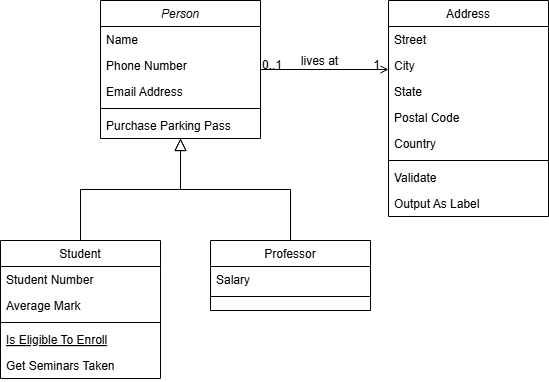
Above: images/diagramas/Diagrama de clases.drawio.png in Santyew/RecordVideoGG (draw.io), before the change. Source tidied: cells renumbered, new cells last; positions are measured from the earlier drawing's top-left corner, leaving out a move shared by most shapes. Its diagram source:
```xml
<mxGraphModel>
  <root>
    <mxCell id="0" />
    <mxCell id="1" parent="0" />
    <mxCell id="2" value="Person" style="swimlane;fontStyle=2;align=center;verticalAlign=top;horizontal=1;startSize=26;rounded=0;shadow=0;strokeWidth=1;" parent="1" vertex="1">
      <mxGeometry x="100" width="160" height="138" as="geometry" />
    </mxCell>
    <mxCell id="3" value="Name" style="text;align=left;verticalAlign=top;spacingLeft=4;spacingRight=4;overflow=hidden;" parent="2" vertex="1">
      <mxGeometry y="26" width="160" height="26" as="geometry" />
    </mxCell>
    <mxCell id="4" value="Phone Number" style="text;align=left;verticalAlign=top;spacingLeft=4;spacingRight=4;overflow=hidden;rounded=0;shadow=0;html=0;" parent="2" vertex="1">
      <mxGeometry y="52" width="160" height="26" as="geometry" />
    </mxCell>
    <mxCell id="5" value="Email Address" style="text;align=left;verticalAlign=top;spacingLeft=4;spacingRight=4;overflow=hidden;rounded=0;shadow=0;html=0;" parent="2" vertex="1">
      <mxGeometry y="78" width="160" height="26" as="geometry" />
    </mxCell>
    <mxCell id="6" style="line;html=1;strokeWidth=1;align=left;verticalAlign=middle;spacingTop=-1;spacingLeft=3;spacingRight=3;labelPosition=right;" parent="2" vertex="1">
      <mxGeometry y="104" width="160" height="8" as="geometry" />
    </mxCell>
    <mxCell id="7" value="Purchase Parking Pass" style="text;align=left;verticalAlign=top;spacingLeft=4;spacingRight=4;overflow=hidden;" parent="2" vertex="1">
      <mxGeometry y="112" width="160" height="26" as="geometry" />
    </mxCell>
    <mxCell id="8" value="Student" style="swimlane;fontStyle=0;align=center;verticalAlign=top;horizontal=1;startSize=26;rounded=0;shadow=0;strokeWidth=1;" parent="1" vertex="1">
      <mxGeometry y="240" width="160" height="138" as="geometry" />
    </mxCell>
    <mxCell id="9" value="Student Number" style="text;align=left;verticalAlign=top;spacingLeft=4;spacingRight=4;overflow=hidden;" parent="8" vertex="1">
      <mxGeometry y="26" width="160" height="26" as="geometry" />
    </mxCell>
    <mxCell id="10" value="Average Mark" style="text;align=left;verticalAlign=top;spacingLeft=4;spacingRight=4;overflow=hidden;rounded=0;shadow=0;html=0;" parent="8" vertex="1">
      <mxGeometry y="52" width="160" height="26" as="geometry" />
    </mxCell>
    <mxCell id="11" style="line;html=1;strokeWidth=1;align=left;verticalAlign=middle;spacingTop=-1;spacingLeft=3;spacingRight=3;labelPosition=right;" parent="8" vertex="1">
      <mxGeometry y="78" width="160" height="8" as="geometry" />
    </mxCell>
    <mxCell id="12" value="Is Eligible To Enroll" style="text;align=left;verticalAlign=top;spacingLeft=4;spacingRight=4;overflow=hidden;fontStyle=4;" parent="8" vertex="1">
      <mxGeometry y="86" width="160" height="26" as="geometry" />
    </mxCell>
    <mxCell id="13" value="Get Seminars Taken" style="text;align=left;verticalAlign=top;spacingLeft=4;spacingRight=4;overflow=hidden;" parent="8" vertex="1">
      <mxGeometry y="112" width="160" height="26" as="geometry" />
    </mxCell>
    <mxCell id="14" style="endArrow=block;endSize=10;endFill=0;shadow=0;strokeWidth=1;rounded=0;curved=0;edgeStyle=elbowEdgeStyle;elbow=vertical;" parent="1" edge="1" source="8" target="2">
      <mxGeometry relative="1" as="geometry" />
    </mxCell>
    <mxCell id="15" value="Professor" style="swimlane;fontStyle=0;align=center;verticalAlign=top;horizontal=1;startSize=26;rounded=0;shadow=0;strokeWidth=1;" parent="1" vertex="1">
      <mxGeometry x="210" y="240" width="160" height="70" as="geometry" />
    </mxCell>
    <mxCell id="16" value="Salary" style="text;align=left;verticalAlign=top;spacingLeft=4;spacingRight=4;overflow=hidden;points=[[0,0.5],[1,0.5]];portConstraint=eastwest;" parent="15" vertex="1">
      <mxGeometry y="26" width="160" height="26" as="geometry" />
    </mxCell>
    <mxCell id="17" style="line;html=1;strokeWidth=1;align=left;verticalAlign=middle;spacingTop=-1;spacingLeft=3;spacingRight=3;labelPosition=right;" parent="15" vertex="1">
      <mxGeometry y="52" width="160" height="8" as="geometry" />
    </mxCell>
    <mxCell id="18" style="endArrow=block;endSize=10;endFill=0;shadow=0;strokeWidth=1;rounded=0;curved=0;edgeStyle=elbowEdgeStyle;elbow=vertical;" parent="1" edge="1" source="15" target="2">
      <mxGeometry relative="1" as="geometry" />
    </mxCell>
    <mxCell id="19" value="Address" style="swimlane;fontStyle=0;align=center;verticalAlign=top;horizontal=1;startSize=26;rounded=0;shadow=0;strokeWidth=1;" parent="1" vertex="1">
      <mxGeometry x="388" width="160" height="216" as="geometry" />
    </mxCell>
    <mxCell id="20" value="Street" style="text;align=left;verticalAlign=top;spacingLeft=4;spacingRight=4;overflow=hidden;" parent="19" vertex="1">
      <mxGeometry y="26" width="160" height="26" as="geometry" />
    </mxCell>
    <mxCell id="21" value="City" style="text;align=left;verticalAlign=top;spacingLeft=4;spacingRight=4;overflow=hidden;rounded=0;shadow=0;html=0;" parent="19" vertex="1">
      <mxGeometry y="52" width="160" height="26" as="geometry" />
    </mxCell>
    <mxCell id="22" value="State" style="text;align=left;verticalAlign=top;spacingLeft=4;spacingRight=4;overflow=hidden;rounded=0;shadow=0;html=0;" parent="19" vertex="1">
      <mxGeometry y="78" width="160" height="26" as="geometry" />
    </mxCell>
    <mxCell id="23" value="Postal Code" style="text;align=left;verticalAlign=top;spacingLeft=4;spacingRight=4;overflow=hidden;rounded=0;shadow=0;html=0;" parent="19" vertex="1">
      <mxGeometry y="104" width="160" height="26" as="geometry" />
    </mxCell>
    <mxCell id="24" value="Country" style="text;align=left;verticalAlign=top;spacingLeft=4;spacingRight=4;overflow=hidden;rounded=0;shadow=0;html=0;" parent="19" vertex="1">
      <mxGeometry y="130" width="160" height="26" as="geometry" />
    </mxCell>
    <mxCell id="25" style="line;html=1;strokeWidth=1;align=left;verticalAlign=middle;spacingTop=-1;spacingLeft=3;spacingRight=3;labelPosition=right;" parent="19" vertex="1">
      <mxGeometry y="156" width="160" height="8" as="geometry" />
    </mxCell>
    <mxCell id="26" value="Validate" style="text;align=left;verticalAlign=top;spacingLeft=4;spacingRight=4;overflow=hidden;" parent="19" vertex="1">
      <mxGeometry y="164" width="160" height="26" as="geometry" />
    </mxCell>
    <mxCell id="27" value="Output As Label" style="text;align=left;verticalAlign=top;spacingLeft=4;spacingRight=4;overflow=hidden;" parent="19" vertex="1">
      <mxGeometry y="190" width="160" height="26" as="geometry" />
    </mxCell>
    <mxCell id="28" style="endArrow=open;shadow=0;strokeWidth=1;rounded=0;curved=0;endFill=1;edgeStyle=elbowEdgeStyle;elbow=vertical;" parent="1" edge="1" source="2" target="19">
      <mxGeometry x="0.5" y="41" relative="1" as="geometry">
        <mxPoint x="-40" y="32" as="offset" />
      </mxGeometry>
    </mxCell>
    <mxCell id="29" value="0..1" style="align=left;verticalAlign=bottom;labelBackgroundColor=none;fontSize=12;" parent="28" vertex="1">
      <mxGeometry x="-1" relative="1" as="geometry">
        <mxPoint y="4" as="offset" />
      </mxGeometry>
    </mxCell>
    <mxCell id="30" value="1" style="align=right;verticalAlign=bottom;labelBackgroundColor=none;fontSize=12;" parent="28" vertex="1">
      <mxGeometry x="1" relative="1" as="geometry">
        <mxPoint x="-7" y="4" as="offset" />
      </mxGeometry>
    </mxCell>
    <mxCell id="31" value="lives at" style="text;html=1;align=center;verticalAlign=middle;labelBackgroundColor=none;rounded=0;shadow=0;strokeWidth=1;fontSize=12;" parent="28" vertex="1">
      <mxGeometry x="0.5" y="49" relative="1" as="geometry">
        <mxPoint x="-38" y="40" as="offset" />
      </mxGeometry>
    </mxCell>
  </root>
</mxGraphModel>
```
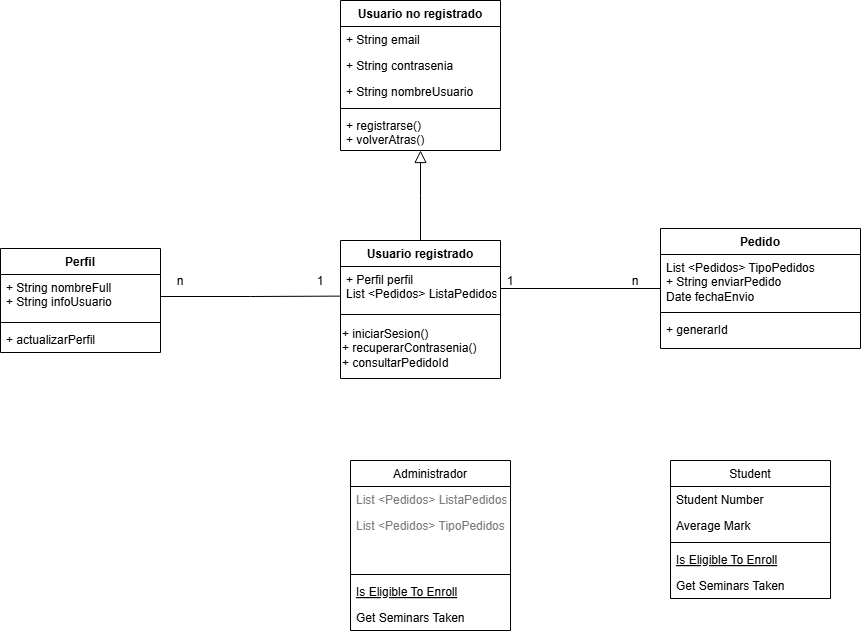
After the commit.

Diff of the diagram source:
```diff
@@ -2,103 +2,116 @@
   <root>
     <mxCell id="0" />
     <mxCell id="1" parent="0" />
-    <mxCell id="2" value="Person" style="swimlane;fontStyle=2;align=center;verticalAlign=top;horizontal=1;startSize=26;rounded=0;shadow=0;strokeWidth=1;" parent="1" vertex="1">
-      <mxGeometry x="100" width="160" height="138" as="geometry" />
+    <mxCell id="2" value="Usuario no registrado" style="swimlane;fontStyle=1;align=center;verticalAlign=top;horizontal=1;startSize=26;rounded=0;shadow=0;strokeWidth=1;" parent="1" vertex="1">
+      <mxGeometry x="110" y="-130" width="160" height="150" as="geometry" />
     </mxCell>
-    <mxCell id="3" value="Name" style="text;align=left;verticalAlign=top;spacingLeft=4;spacingRight=4;overflow=hidden;" parent="2" vertex="1">
+    <mxCell id="3" value="+ String email" style="text;align=left;verticalAlign=top;spacingLeft=4;spacingRight=4;overflow=hidden;" parent="2" vertex="1">
       <mxGeometry y="26" width="160" height="26" as="geometry" />
     </mxCell>
-    <mxCell id="4" value="Phone Number" style="text;align=left;verticalAlign=top;spacingLeft=4;spacingRight=4;overflow=hidden;rounded=0;shadow=0;html=0;" parent="2" vertex="1">
+    <mxCell id="4" value="+ String contrasenia" style="text;align=left;verticalAlign=top;spacingLeft=4;spacingRight=4;overflow=hidden;rounded=0;shadow=0;html=0;" parent="2" vertex="1">
       <mxGeometry y="52" width="160" height="26" as="geometry" />
     </mxCell>
-    <mxCell id="5" value="Email Address" style="text;align=left;verticalAlign=top;spacingLeft=4;spacingRight=4;overflow=hidden;rounded=0;shadow=0;html=0;" parent="2" vertex="1">
+    <mxCell id="5" value="+ String nombreUsuario" style="text;align=left;verticalAlign=top;spacingLeft=4;spacingRight=4;overflow=hidden;rounded=0;shadow=0;html=0;" parent="2" vertex="1">
       <mxGeometry y="78" width="160" height="26" as="geometry" />
     </mxCell>
     <mxCell id="6" style="line;html=1;strokeWidth=1;align=left;verticalAlign=middle;spacingTop=-1;spacingLeft=3;spacingRight=3;labelPosition=right;" parent="2" vertex="1">
       <mxGeometry y="104" width="160" height="8" as="geometry" />
     </mxCell>
-    <mxCell id="7" value="Purchase Parking Pass" style="text;align=left;verticalAlign=top;spacingLeft=4;spacingRight=4;overflow=hidden;" parent="2" vertex="1">
-      <mxGeometry y="112" width="160" height="26" as="geometry" />
+    <mxCell id="7" value="+ registrarse()&#10;+ volverAtras()&#10;" style="text;align=left;verticalAlign=top;spacingLeft=4;spacingRight=4;overflow=hidden;" parent="2" vertex="1">
+      <mxGeometry y="112" width="160" height="28" as="geometry" />
     </mxCell>
-    <mxCell id="8" value="Student" style="swimlane;fontStyle=0;align=center;verticalAlign=top;horizontal=1;startSize=26;rounded=0;shadow=0;strokeWidth=1;" parent="1" vertex="1">
-      <mxGeometry y="240" width="160" height="138" as="geometry" />
+    <mxCell id="8" value="Administrador" style="swimlane;fontStyle=0;align=center;verticalAlign=top;horizontal=1;startSize=26;rounded=0;shadow=0;strokeWidth=1;" parent="1" vertex="1">
+      <mxGeometry x="120" y="330" width="160" height="170" as="geometry" />
     </mxCell>
-    <mxCell id="9" value="Student Number" style="text;align=left;verticalAlign=top;spacingLeft=4;spacingRight=4;overflow=hidden;" parent="8" vertex="1">
+    <mxCell id="9" value="List &lt;Pedidos&gt; ListaPedidos" style="text;align=left;verticalAlign=top;spacingLeft=4;spacingRight=4;overflow=hidden;fontColor=#7B7B7B;" parent="8" vertex="1">
       <mxGeometry y="26" width="160" height="26" as="geometry" />
     </mxCell>
-    <mxCell id="10" value="Average Mark" style="text;align=left;verticalAlign=top;spacingLeft=4;spacingRight=4;overflow=hidden;rounded=0;shadow=0;html=0;" parent="8" vertex="1">
-      <mxGeometry y="52" width="160" height="26" as="geometry" />
+    <mxCell id="10" value="List &lt;Pedidos&gt; TipoPedidos&#10;" style="text;align=left;verticalAlign=top;spacingLeft=4;spacingRight=4;overflow=hidden;rounded=0;shadow=0;html=0;fontColor=#7B7B7B;" parent="8" vertex="1">
+      <mxGeometry y="52" width="160" height="58" as="geometry" />
     </mxCell>
     <mxCell id="11" style="line;html=1;strokeWidth=1;align=left;verticalAlign=middle;spacingTop=-1;spacingLeft=3;spacingRight=3;labelPosition=right;" parent="8" vertex="1">
-      <mxGeometry y="78" width="160" height="8" as="geometry" />
+      <mxGeometry y="110" width="160" height="8" as="geometry" />
     </mxCell>
     <mxCell id="12" value="Is Eligible To Enroll" style="text;align=left;verticalAlign=top;spacingLeft=4;spacingRight=4;overflow=hidden;fontStyle=4;" parent="8" vertex="1">
-      <mxGeometry y="86" width="160" height="26" as="geometry" />
+      <mxGeometry y="118" width="160" height="26" as="geometry" />
     </mxCell>
     <mxCell id="13" value="Get Seminars Taken" style="text;align=left;verticalAlign=top;spacingLeft=4;spacingRight=4;overflow=hidden;" parent="8" vertex="1">
-      <mxGeometry y="112" width="160" height="26" as="geometry" />
+      <mxGeometry y="144" width="160" height="26" as="geometry" />
     </mxCell>
-    <mxCell id="14" style="endArrow=block;endSize=10;endFill=0;shadow=0;strokeWidth=1;rounded=0;curved=0;edgeStyle=elbowEdgeStyle;elbow=vertical;" parent="1" edge="1" source="8" target="2">
-      <mxGeometry relative="1" as="geometry" />
-    </mxCell>
-    <mxCell id="15" value="Professor" style="swimlane;fontStyle=0;align=center;verticalAlign=top;horizontal=1;startSize=26;rounded=0;shadow=0;strokeWidth=1;" parent="1" vertex="1">
-      <mxGeometry x="210" y="240" width="160" height="70" as="geometry" />
+    <mxCell id="15" value="Usuario registrado" style="swimlane;fontStyle=1;align=center;verticalAlign=top;horizontal=1;startSize=26;rounded=0;shadow=0;strokeWidth=1;" parent="1" vertex="1">
+      <mxGeometry x="110" y="110" width="160" height="138" as="geometry" />
     </mxCell>
-    <mxCell id="16" value="Salary" style="text;align=left;verticalAlign=top;spacingLeft=4;spacingRight=4;overflow=hidden;points=[[0,0.5],[1,0.5]];portConstraint=eastwest;" parent="15" vertex="1">
-      <mxGeometry y="26" width="160" height="26" as="geometry" />
+    <mxCell id="16" value="+ Perfil perfil&#10;List &lt;Pedidos&gt; ListaPedidos" style="text;align=left;verticalAlign=top;spacingLeft=4;spacingRight=4;overflow=hidden;points=[[0,0.5],[1,0.5]];portConstraint=eastwest;" parent="15" vertex="1">
+      <mxGeometry y="26" width="160" height="44" as="geometry" />
     </mxCell>
     <mxCell id="17" style="line;html=1;strokeWidth=1;align=left;verticalAlign=middle;spacingTop=-1;spacingLeft=3;spacingRight=3;labelPosition=right;" parent="15" vertex="1">
-      <mxGeometry y="52" width="160" height="8" as="geometry" />
+      <mxGeometry y="70" width="160" height="8" as="geometry" />
     </mxCell>
+    <mxCell id="32" value="+ iniciarSesion()&lt;div&gt;+ recuperarContrasenia()&lt;/div&gt;&lt;div&gt;+ consultarPedidoId&lt;/div&gt;" style="text;html=1;align=left;verticalAlign=middle;strokeColor=none;fillColor=none;" parent="15" vertex="1">
+      <mxGeometry y="78" width="160" height="60" as="geometry" />
+    </mxCell>
     <mxCell id="18" style="endArrow=block;endSize=10;endFill=0;shadow=0;strokeWidth=1;rounded=0;curved=0;edgeStyle=elbowEdgeStyle;elbow=vertical;" parent="1" edge="1" source="15" target="2">
       <mxGeometry relative="1" as="geometry" />
     </mxCell>
-    <mxCell id="19" value="Address" style="swimlane;fontStyle=0;align=center;verticalAlign=top;horizontal=1;startSize=26;rounded=0;shadow=0;strokeWidth=1;" parent="1" vertex="1">
-      <mxGeometry x="388" width="160" height="216" as="geometry" />
-    </mxCell>
-    <mxCell id="20" value="Street" style="text;align=left;verticalAlign=top;spacingLeft=4;spacingRight=4;overflow=hidden;" parent="19" vertex="1">
-      <mxGeometry y="26" width="160" height="26" as="geometry" />
-    </mxCell>
-    <mxCell id="21" value="City" style="text;align=left;verticalAlign=top;spacingLeft=4;spacingRight=4;overflow=hidden;rounded=0;shadow=0;html=0;" parent="19" vertex="1">
-      <mxGeometry y="52" width="160" height="26" as="geometry" />
-    </mxCell>
-    <mxCell id="22" value="State" style="text;align=left;verticalAlign=top;spacingLeft=4;spacingRight=4;overflow=hidden;rounded=0;shadow=0;html=0;" parent="19" vertex="1">
-      <mxGeometry y="78" width="160" height="26" as="geometry" />
-    </mxCell>
-    <mxCell id="23" value="Postal Code" style="text;align=left;verticalAlign=top;spacingLeft=4;spacingRight=4;overflow=hidden;rounded=0;shadow=0;html=0;" parent="19" vertex="1">
-      <mxGeometry y="104" width="160" height="26" as="geometry" />
-    </mxCell>
-    <mxCell id="24" value="Country" style="text;align=left;verticalAlign=top;spacingLeft=4;spacingRight=4;overflow=hidden;rounded=0;shadow=0;html=0;" parent="19" vertex="1">
-      <mxGeometry y="130" width="160" height="26" as="geometry" />
-    </mxCell>
-    <mxCell id="25" style="line;html=1;strokeWidth=1;align=left;verticalAlign=middle;spacingTop=-1;spacingLeft=3;spacingRight=3;labelPosition=right;" parent="19" vertex="1">
-      <mxGeometry y="156" width="160" height="8" as="geometry" />
-    </mxCell>
-    <mxCell id="26" value="Validate" style="text;align=left;verticalAlign=top;spacingLeft=4;spacingRight=4;overflow=hidden;" parent="19" vertex="1">
-      <mxGeometry y="164" width="160" height="26" as="geometry" />
-    </mxCell>
-    <mxCell id="27" value="Output As Label" style="text;align=left;verticalAlign=top;spacingLeft=4;spacingRight=4;overflow=hidden;" parent="19" vertex="1">
-      <mxGeometry y="190" width="160" height="26" as="geometry" />
-    </mxCell>
-    <mxCell id="28" style="endArrow=open;shadow=0;strokeWidth=1;rounded=0;curved=0;endFill=1;edgeStyle=elbowEdgeStyle;elbow=vertical;" parent="1" edge="1" source="2" target="19">
-      <mxGeometry x="0.5" y="41" relative="1" as="geometry">
-        <mxPoint x="-40" y="32" as="offset" />
-      </mxGeometry>
-    </mxCell>
-    <mxCell id="29" value="0..1" style="align=left;verticalAlign=bottom;labelBackgroundColor=none;fontSize=12;" parent="28" vertex="1">
-      <mxGeometry x="-1" relative="1" as="geometry">
-        <mxPoint y="4" as="offset" />
-      </mxGeometry>
-    </mxCell>
-    <mxCell id="30" value="1" style="align=right;verticalAlign=bottom;labelBackgroundColor=none;fontSize=12;" parent="28" vertex="1">
-      <mxGeometry x="1" relative="1" as="geometry">
-        <mxPoint x="-7" y="4" as="offset" />
-      </mxGeometry>
-    </mxCell>
-    <mxCell id="31" value="lives at" style="text;html=1;align=center;verticalAlign=middle;labelBackgroundColor=none;rounded=0;shadow=0;strokeWidth=1;fontSize=12;" parent="28" vertex="1">
-      <mxGeometry x="0.5" y="49" relative="1" as="geometry">
-        <mxPoint x="-38" y="40" as="offset" />
-      </mxGeometry>
-    </mxCell>
+    <mxCell id="33" value="Perfil" style="swimlane;fontStyle=1;align=center;verticalAlign=top;horizontal=1;startSize=26;whiteSpace=wrap;html=1;" parent="1" vertex="1">
+      <mxGeometry x="-230" y="118" width="160" height="104" as="geometry" />
+    </mxCell>
+    <mxCell id="34" value="+ String nombreFull&lt;div&gt;+ String infoUsuario&lt;/div&gt;" style="text;strokeColor=none;fillColor=none;align=left;verticalAlign=top;spacingLeft=4;spacingRight=4;overflow=hidden;points=[[0,0.5],[1,0.5]];portConstraint=eastwest;whiteSpace=wrap;html=1;" parent="33" vertex="1">
+      <mxGeometry y="26" width="160" height="44" as="geometry" />
+    </mxCell>
+    <mxCell id="35" style="line;strokeWidth=1;fillColor=none;align=left;verticalAlign=middle;spacingTop=-1;spacingLeft=3;spacingRight=3;labelPosition=right;strokeColor=inherit;" parent="33" vertex="1">
+      <mxGeometry y="70" width="160" height="8" as="geometry" />
+    </mxCell>
+    <mxCell id="36" value="+ actualizarPerfil" style="text;strokeColor=none;fillColor=none;align=left;verticalAlign=top;spacingLeft=4;spacingRight=4;overflow=hidden;whiteSpace=wrap;html=1;" parent="33" vertex="1">
+      <mxGeometry y="78" width="160" height="26" as="geometry" />
+    </mxCell>
+    <mxCell id="37" style="edgeStyle=orthogonalEdgeStyle;rounded=0;jettySize=auto;html=1;entryX=1;entryY=0.5;entryDx=0;entryDy=0;endArrow=none;startFill=0;" parent="1" edge="1" source="38" target="16">
+      <mxGeometry relative="1" as="geometry" />
+    </mxCell>
+    <mxCell id="38" value="Pedido" style="swimlane;fontStyle=1;align=center;verticalAlign=top;horizontal=1;startSize=26;whiteSpace=wrap;html=1;" parent="1" vertex="1">
+      <mxGeometry x="430" y="98" width="200" height="120" as="geometry" />
+    </mxCell>
+    <mxCell id="39" value="List &amp;lt;Pedidos&amp;gt; TipoPedidos&lt;div&gt;+ String enviarPedido&lt;/div&gt;&lt;div&gt;Date fechaEnvio&lt;/div&gt;" style="text;strokeColor=none;fillColor=none;align=left;verticalAlign=top;spacingLeft=4;spacingRight=4;overflow=hidden;whiteSpace=wrap;html=1;" parent="38" vertex="1">
+      <mxGeometry y="26" width="200" height="54" as="geometry" />
+    </mxCell>
+    <mxCell id="40" style="line;strokeWidth=1;fillColor=none;align=left;verticalAlign=middle;spacingTop=-1;spacingLeft=3;spacingRight=3;labelPosition=right;strokeColor=inherit;" parent="38" vertex="1">
+      <mxGeometry y="80" width="200" height="8" as="geometry" />
+    </mxCell>
+    <mxCell id="41" value="+ generarId" style="text;strokeColor=none;fillColor=none;align=left;verticalAlign=top;spacingLeft=4;spacingRight=4;overflow=hidden;whiteSpace=wrap;html=1;" parent="38" vertex="1">
+      <mxGeometry y="88" width="200" height="32" as="geometry" />
+    </mxCell>
+    <mxCell id="42" style="edgeStyle=orthogonalEdgeStyle;rounded=0;jettySize=auto;html=1;entryX=0.001;entryY=0.673;entryDx=0;entryDy=0;entryPerimeter=0;endArrow=none;startFill=0;" parent="1" edge="1" source="34" target="16">
+      <mxGeometry relative="1" as="geometry" />
+    </mxCell>
+    <mxCell id="43" value="n" style="text;html=1;align=center;verticalAlign=middle;whiteSpace=wrap;rounded=0;" parent="1" vertex="1">
+      <mxGeometry x="-70" y="136" width="40" height="30" as="geometry" />
+    </mxCell>
+    <mxCell id="44" value="1" style="text;html=1;align=center;verticalAlign=middle;whiteSpace=wrap;rounded=0;" parent="1" vertex="1">
+      <mxGeometry x="70" y="136" width="40" height="30" as="geometry" />
+    </mxCell>
+    <mxCell id="45" value="1" style="text;html=1;align=center;verticalAlign=middle;whiteSpace=wrap;rounded=0;" parent="1" vertex="1">
+      <mxGeometry x="260" y="136" width="40" height="30" as="geometry" />
+    </mxCell>
+    <mxCell id="46" value="n" style="text;html=1;align=center;verticalAlign=middle;whiteSpace=wrap;rounded=0;" parent="1" vertex="1">
+      <mxGeometry x="390" y="143" width="30" height="16" as="geometry" />
+    </mxCell>
+    <mxCell id="47" value="Student" style="swimlane;fontStyle=0;align=center;verticalAlign=top;horizontal=1;startSize=26;rounded=0;shadow=0;strokeWidth=1;" parent="1" vertex="1">
+      <mxGeometry x="440" y="330" width="160" height="138" as="geometry" />
+    </mxCell>
+    <mxCell id="48" value="Student Number" style="text;align=left;verticalAlign=top;spacingLeft=4;spacingRight=4;overflow=hidden;" parent="47" vertex="1">
+      <mxGeometry y="26" width="160" height="26" as="geometry" />
+    </mxCell>
+    <mxCell id="49" value="Average Mark" style="text;align=left;verticalAlign=top;spacingLeft=4;spacingRight=4;overflow=hidden;rounded=0;shadow=0;html=0;" parent="47" vertex="1">
+      <mxGeometry y="52" width="160" height="26" as="geometry" />
+    </mxCell>
+    <mxCell id="50" style="line;html=1;strokeWidth=1;align=left;verticalAlign=middle;spacingTop=-1;spacingLeft=3;spacingRight=3;labelPosition=right;" parent="47" vertex="1">
+      <mxGeometry y="78" width="160" height="8" as="geometry" />
+    </mxCell>
+    <mxCell id="51" value="Is Eligible To Enroll" style="text;align=left;verticalAlign=top;spacingLeft=4;spacingRight=4;overflow=hidden;fontStyle=4;" parent="47" vertex="1">
+      <mxGeometry y="86" width="160" height="26" as="geometry" />
+    </mxCell>
+    <mxCell id="52" value="Get Seminars Taken" style="text;align=left;verticalAlign=top;spacingLeft=4;spacingRight=4;overflow=hidden;" parent="47" vertex="1">
+      <mxGeometry y="112" width="160" height="26" as="geometry" />
+    </mxCell>
   </root>
 </mxGraphModel>
```
